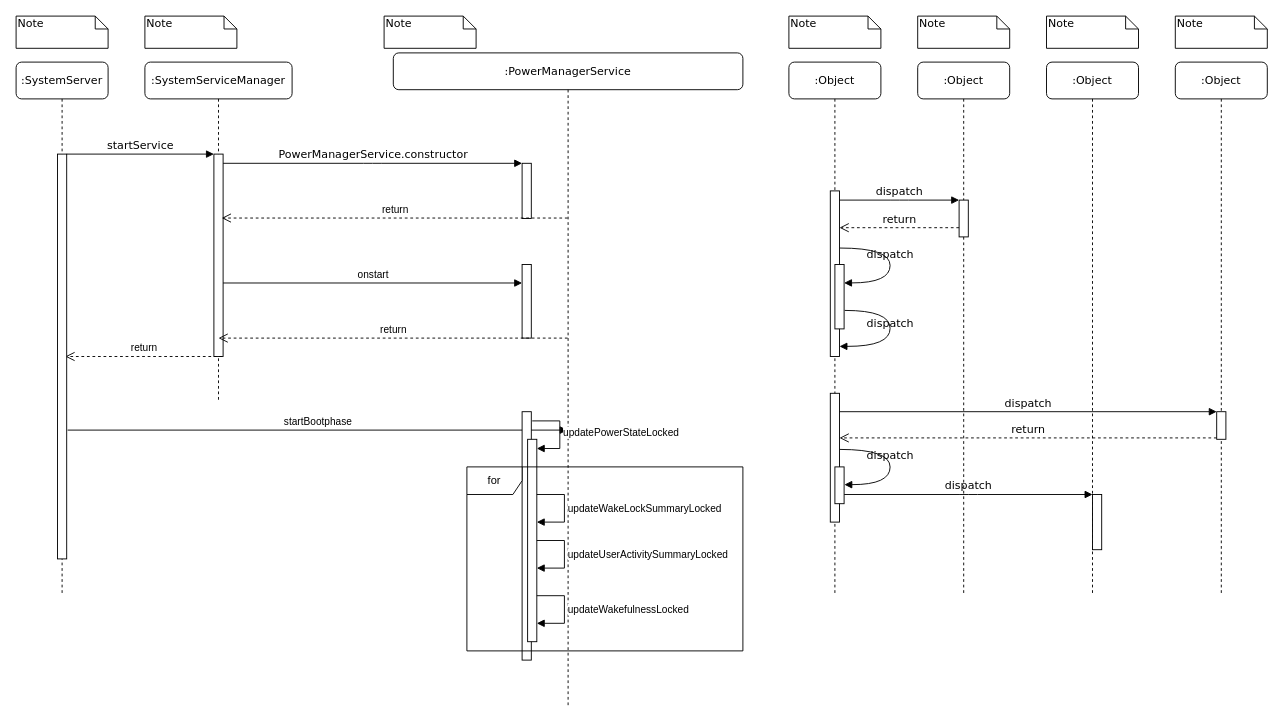
Earlier version of the draw.io diagram 未命名绘图.drawio (jerry-fighting/C-Learning). Source tidied: cells renumbered, new cells numbered last; positions are measured from the earlier drawing's top-left corner, leaving out a move shared by most shapes. Both pictures are drawn from the tidied source at 92%, with x=0, y=0 at pixel (16, 16).
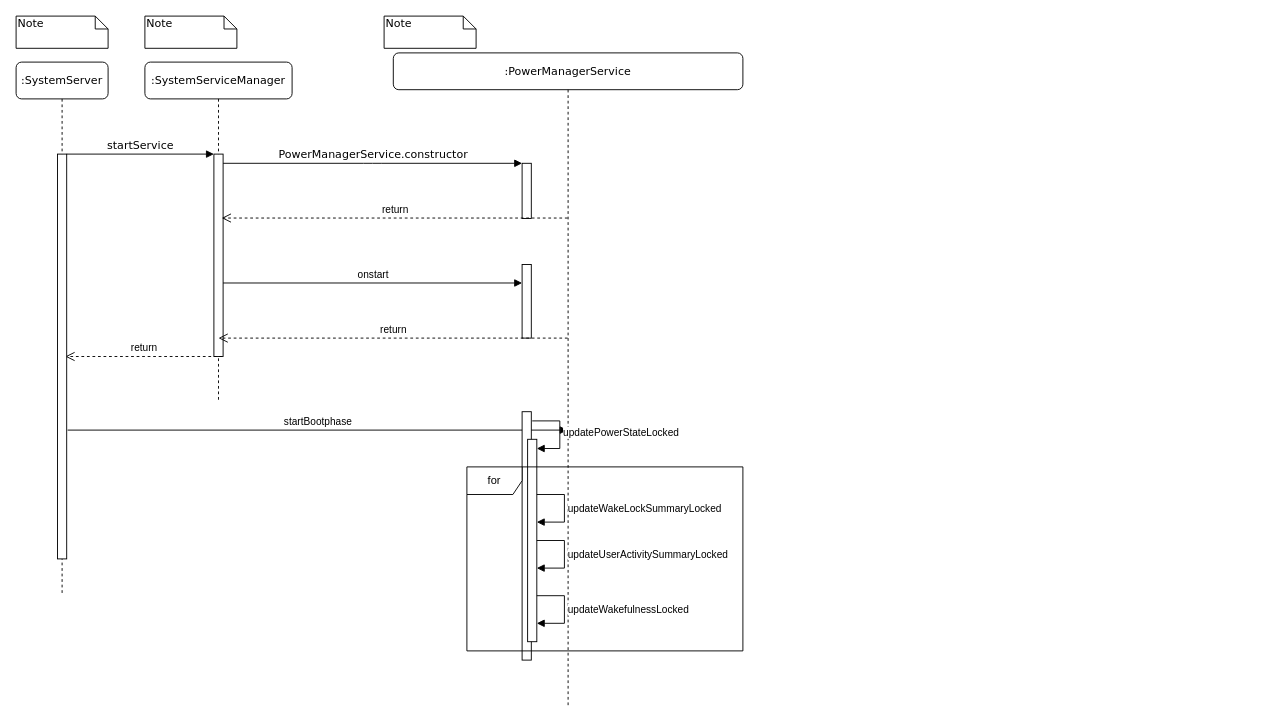
The same page after the edit.

Diff of the diagram source:
```diff
@@
-    <mxCell id="18" value=":Object" style="shape=umlLifeline;perimeter=lifelinePerimeter;whiteSpace=wrap;html=1;rounded=1;shadow=0;comic=0;labelBackgroundColor=none;strokeWidth=1;fontFamily=Verdana;fontSize=12;align=center;" parent="3" vertex="1">
-      <mxGeometry x="840" y="50" width="100" height="580" as="geometry" />
-    </mxCell>
-    <mxCell id="19" value=":Object" style="shape=umlLifeline;perimeter=lifelinePerimeter;whiteSpace=wrap;html=1;rounded=1;shadow=0;comic=0;labelBackgroundColor=none;strokeWidth=1;fontFamily=Verdana;fontSize=12;align=center;" parent="3" vertex="1">
-      <mxGeometry x="980" y="50" width="100" height="580" as="geometry" />
-    </mxCell>
-    <mxCell id="20" value=":Object" style="shape=umlLifeline;perimeter=lifelinePerimeter;whiteSpace=wrap;html=1;rounded=1;shadow=0;comic=0;labelBackgroundColor=none;strokeWidth=1;fontFamily=Verdana;fontSize=12;align=center;" parent="3" vertex="1">
-      <mxGeometry x="1120" y="50" width="100" height="580" as="geometry" />
-    </mxCell>
-    <mxCell id="21" value=":Object" style="shape=umlLifeline;perimeter=lifelinePerimeter;whiteSpace=wrap;html=1;rounded=1;shadow=0;comic=0;labelBackgroundColor=none;strokeWidth=1;fontFamily=Verdana;fontSize=12;align=center;" parent="3" vertex="1">
-      <mxGeometry x="1260" y="50" width="100" height="580" as="geometry" />
-    </mxCell>
@@
-    <mxCell id="24" style="html=1;points=[];perimeter=orthogonalPerimeter;rounded=0;shadow=0;comic=0;labelBackgroundColor=none;strokeWidth=1;fontFamily=Verdana;fontSize=12;align=center;" parent="3" vertex="1">
-      <mxGeometry x="885" y="190" width="10" height="180" as="geometry" />
-    </mxCell>
-    <mxCell id="25" style="html=1;points=[];perimeter=orthogonalPerimeter;rounded=0;shadow=0;comic=0;labelBackgroundColor=none;strokeWidth=1;fontFamily=Verdana;fontSize=12;align=center;" parent="3" vertex="1">
-      <mxGeometry x="1025" y="200" width="10" height="40" as="geometry" />
-    </mxCell>
-    <mxCell id="26" value="dispatch" style="html=1;verticalAlign=bottom;endArrow=block;entryX=0;entryY=0;labelBackgroundColor=none;fontFamily=Verdana;fontSize=12;edgeStyle=elbowEdgeStyle;elbow=vertical;" parent="3" edge="1" source="24" target="25">
-      <mxGeometry relative="1" as="geometry" />
-    </mxCell>
-    <mxCell id="27" value="return" style="html=1;verticalAlign=bottom;endArrow=open;dashed=1;endSize=8;labelBackgroundColor=none;fontFamily=Verdana;fontSize=12;edgeStyle=elbowEdgeStyle;elbow=vertical;" parent="3" edge="1" source="25" target="24">
-      <mxGeometry relative="1" as="geometry">
-        <Array as="points">
-          <mxPoint x="970" y="230" />
-          <mxPoint x="1000" y="230" />
-        </Array>
-      </mxGeometry>
-    </mxCell>
-    <mxCell id="28" style="html=1;points=[];perimeter=orthogonalPerimeter;rounded=0;shadow=0;comic=0;labelBackgroundColor=none;strokeWidth=1;fontFamily=Verdana;fontSize=12;align=center;" parent="3" vertex="1">
-      <mxGeometry x="885" y="410" width="10" height="140" as="geometry" />
-    </mxCell>
-    <mxCell id="29" style="html=1;points=[];perimeter=orthogonalPerimeter;rounded=0;shadow=0;comic=0;labelBackgroundColor=none;strokeColor=#000000;strokeWidth=1;fillColor=#FFFFFF;fontFamily=Verdana;fontSize=12;fontColor=#000000;align=center;" parent="3" vertex="1">
-      <mxGeometry x="1305" y="430" width="10" height="30" as="geometry" />
-    </mxCell>
-    <mxCell id="30" value="dispatch" style="html=1;verticalAlign=bottom;endArrow=block;entryX=0;entryY=0;labelBackgroundColor=none;fontFamily=Verdana;fontSize=12;" parent="3" edge="1" source="28" target="29">
-      <mxGeometry relative="1" as="geometry" />
-    </mxCell>
-    <mxCell id="31" value="return" style="html=1;verticalAlign=bottom;endArrow=open;dashed=1;endSize=8;exitX=0;exitY=0.95;labelBackgroundColor=none;fontFamily=Verdana;fontSize=12;" parent="3" edge="1" source="29" target="28">
-      <mxGeometry relative="1" as="geometry" />
-    </mxCell>
-    <mxCell id="32" style="html=1;points=[];perimeter=orthogonalPerimeter;rounded=0;shadow=0;comic=0;labelBackgroundColor=none;strokeWidth=1;fontFamily=Verdana;fontSize=12;align=center;" parent="3" vertex="1">
-      <mxGeometry x="1170" y="520" width="10" height="60" as="geometry" />
-    </mxCell>
-    <mxCell id="33" value="dispatch" style="html=1;verticalAlign=bottom;endArrow=block;entryX=0;entryY=0;labelBackgroundColor=none;fontFamily=Verdana;fontSize=12;edgeStyle=elbowEdgeStyle;elbow=vertical;" parent="3" edge="1" source="39" target="32">
-      <mxGeometry relative="1" as="geometry" />
-    </mxCell>
@@
-    <mxCell id="36" style="html=1;points=[];perimeter=orthogonalPerimeter;rounded=0;shadow=0;comic=0;labelBackgroundColor=none;strokeWidth=1;fontFamily=Verdana;fontSize=12;align=center;" parent="3" vertex="1">
-      <mxGeometry x="890" y="270" width="10" height="70" as="geometry" />
-    </mxCell>
-    <mxCell id="37" value="dispatch" style="html=1;verticalAlign=bottom;endArrow=block;labelBackgroundColor=none;fontFamily=Verdana;fontSize=12;elbow=vertical;edgeStyle=orthogonalEdgeStyle;curved=1;entryX=1;entryY=0.286;entryPerimeter=0;exitX=1.038;exitY=0.345;exitPerimeter=0;" parent="3" edge="1" source="24" target="36">
-      <mxGeometry relative="1" as="geometry">
-        <Array as="points">
-          <mxPoint x="950" y="252" />
-          <mxPoint x="950" y="290" />
-        </Array>
-      </mxGeometry>
-    </mxCell>
-    <mxCell id="38" value="dispatch" style="html=1;verticalAlign=bottom;endArrow=block;labelBackgroundColor=none;fontFamily=Verdana;fontSize=12;elbow=vertical;edgeStyle=orthogonalEdgeStyle;curved=1;exitX=1.066;exitY=0.713;exitPerimeter=0;" parent="3" edge="1" source="36">
-      <mxGeometry relative="1" as="geometry">
-        <mxPoint x="895" y="359" as="targetPoint" />
-        <Array as="points">
-          <mxPoint x="950" y="320" />
-          <mxPoint x="950" y="359" />
-        </Array>
-      </mxGeometry>
-    </mxCell>
-    <mxCell id="39" style="html=1;points=[];perimeter=orthogonalPerimeter;rounded=0;shadow=0;comic=0;labelBackgroundColor=none;strokeWidth=1;fontFamily=Verdana;fontSize=12;align=center;" parent="3" vertex="1">
-      <mxGeometry x="890" y="490" width="10" height="40" as="geometry" />
-    </mxCell>
-    <mxCell id="40" value="dispatch" style="html=1;verticalAlign=bottom;endArrow=block;labelBackgroundColor=none;fontFamily=Verdana;fontSize=12;elbow=vertical;edgeStyle=orthogonalEdgeStyle;curved=1;entryX=1;entryY=0.286;entryPerimeter=0;exitX=1.038;exitY=0.345;exitPerimeter=0;" parent="3" edge="1">
-      <mxGeometry relative="1" as="geometry">
-        <mxPoint x="895.3" y="471" as="sourcePoint" />
-        <mxPoint x="900.3" y="509.3" as="targetPoint" />
-        <Array as="points">
-          <mxPoint x="950" y="471" />
-          <mxPoint x="950" y="509" />
-        </Array>
-      </mxGeometry>
-    </mxCell>
@@
-    <mxCell id="44" value="Note" style="shape=note;whiteSpace=wrap;html=1;size=14;verticalAlign=top;align=left;spacingTop=-6;rounded=0;shadow=0;comic=0;labelBackgroundColor=none;strokeWidth=1;fontFamily=Verdana;fontSize=12;" parent="3" vertex="1">
-      <mxGeometry x="840" width="100" height="35" as="geometry" />
-    </mxCell>
-    <mxCell id="45" value="Note" style="shape=note;whiteSpace=wrap;html=1;size=14;verticalAlign=top;align=left;spacingTop=-6;rounded=0;shadow=0;comic=0;labelBackgroundColor=none;strokeWidth=1;fontFamily=Verdana;fontSize=12;" parent="3" vertex="1">
-      <mxGeometry x="980" width="100" height="35" as="geometry" />
-    </mxCell>
-    <mxCell id="46" value="Note" style="shape=note;whiteSpace=wrap;html=1;size=14;verticalAlign=top;align=left;spacingTop=-6;rounded=0;shadow=0;comic=0;labelBackgroundColor=none;strokeWidth=1;fontFamily=Verdana;fontSize=12;" parent="3" vertex="1">
-      <mxGeometry x="1120" width="100" height="35" as="geometry" />
-    </mxCell>
-    <mxCell id="47" value="Note" style="shape=note;whiteSpace=wrap;html=1;size=14;verticalAlign=top;align=left;spacingTop=-6;rounded=0;shadow=0;comic=0;labelBackgroundColor=none;strokeWidth=1;fontFamily=Verdana;fontSize=12;" parent="3" vertex="1">
-      <mxGeometry x="1260" width="100" height="35" as="geometry" />
-    </mxCell>
```
